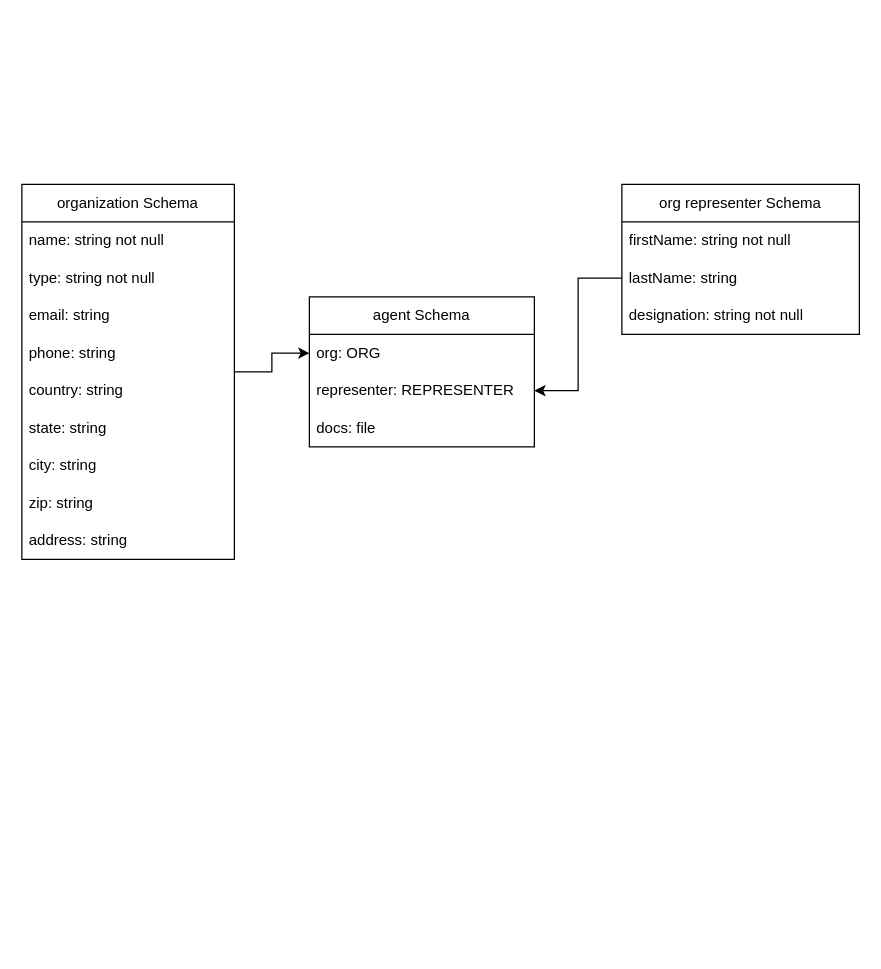
Above: userTB.drawio in nasim-helal-techwoozy/architect (draw.io), before the change. Source tidied: cells renumbered, new cells numbered last; positions are measured from the earlier drawing's top-left corner, leaving out a move shared by most shapes. Both pictures are drawn from the tidied source at 125%, with x=0, y=0 at pixel (21, 184).
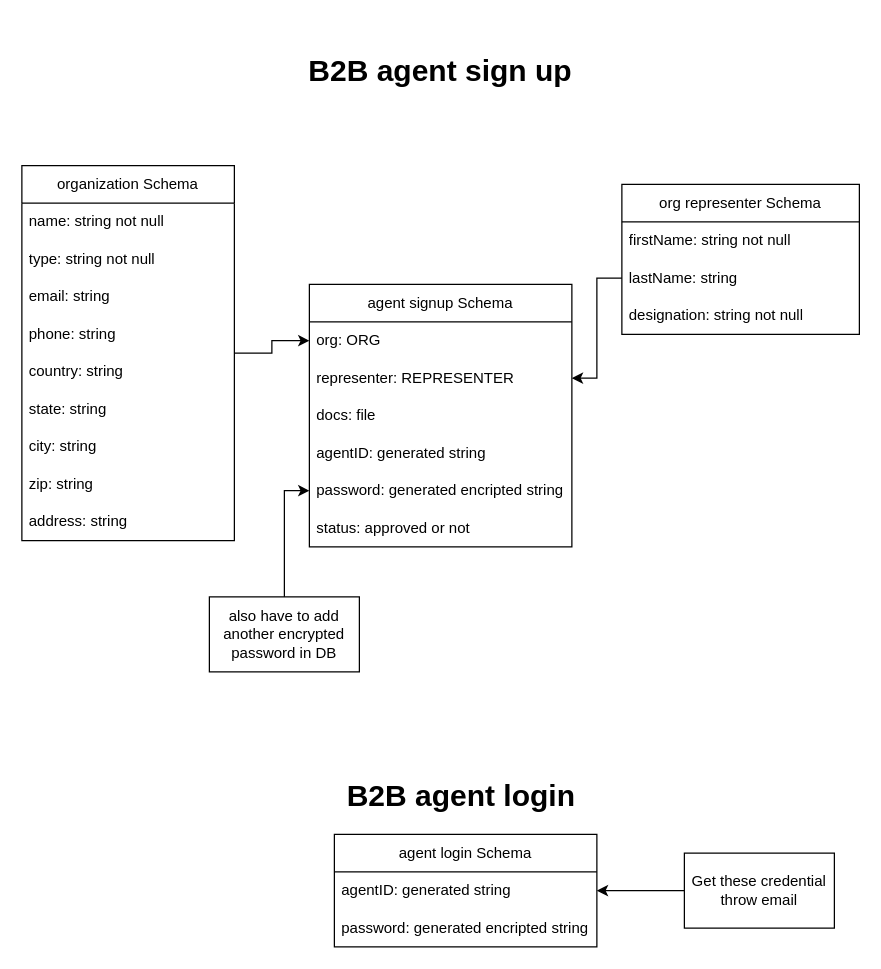
After the change.

Commit message:
complete agent sign up and login schema design

What changed in the source:
```diff
@@
-    <mxCell id="2" value="agent Schema" style="swimlane;fontStyle=0;horizontal=1;startSize=30;whiteSpace=wrap;html=1;" parent="1" vertex="1">
-      <mxGeometry x="230" y="90" width="180" height="120" as="geometry" />
+    <mxCell id="2" value="agent signup Schema" style="swimlane;fontStyle=0;horizontal=1;startSize=30;whiteSpace=wrap;html=1;" parent="1" vertex="1">
+      <mxGeometry x="230" y="80" width="210" height="210" as="geometry" />
     </mxCell>
     <mxCell id="3" value="org: ORG" style="text;strokeColor=none;fillColor=none;align=left;verticalAlign=middle;spacingLeft=4;spacingRight=4;overflow=hidden;points=[[0,0.5],[1,0.5]];portConstraint=eastwest;whiteSpace=wrap;html=1;" parent="2" vertex="1">
-      <mxGeometry y="30" width="180" height="30" as="geometry" />
+      <mxGeometry y="30" width="210" height="30" as="geometry" />
     </mxCell>
     <mxCell id="4" value="representer: REPRESENTER" style="text;strokeColor=none;fillColor=none;align=left;verticalAlign=middle;spacingLeft=4;spacingRight=4;overflow=hidden;points=[[0,0.5],[1,0.5]];portConstraint=eastwest;whiteSpace=wrap;html=1;" parent="2" vertex="1">
-      <mxGeometry y="60" width="180" height="30" as="geometry" />
+      <mxGeometry y="60" width="210" height="30" as="geometry" />
     </mxCell>
     <mxCell id="5" value="docs: file" style="text;strokeColor=none;fillColor=none;align=left;verticalAlign=middle;spacingLeft=4;spacingRight=4;overflow=hidden;whiteSpace=wrap;html=1;" parent="2" vertex="1">
-      <mxGeometry y="90" width="180" height="30" as="geometry" />
+      <mxGeometry y="90" width="210" height="30" as="geometry" />
     </mxCell>
+    <mxCell id="22" value="agentID: generated string" style="text;strokeColor=none;fillColor=none;align=left;verticalAlign=middle;spacingLeft=4;spacingRight=4;overflow=hidden;whiteSpace=wrap;html=1;" parent="2" vertex="1">
+      <mxGeometry y="120" width="210" height="30" as="geometry" />
+    </mxCell>
+    <mxCell id="23" value="password: generated encripted string" style="text;strokeColor=none;fillColor=none;align=left;verticalAlign=middle;spacingLeft=4;spacingRight=4;overflow=hidden;points=[[0,0.5],[1,0.5]];portConstraint=eastwest;whiteSpace=wrap;html=1;" parent="2" vertex="1">
+      <mxGeometry y="150" width="210" height="30" as="geometry" />
+    </mxCell>
+    <mxCell id="24" value="status: approved or not" style="text;strokeColor=none;fillColor=none;align=left;verticalAlign=middle;spacingLeft=4;spacingRight=4;overflow=hidden;whiteSpace=wrap;html=1;" parent="2" vertex="1">
+      <mxGeometry y="180" width="210" height="30" as="geometry" />
+    </mxCell>
@@
     <mxCell id="7" value="organization Schema" style="swimlane;fontStyle=0;horizontal=1;startSize=30;whiteSpace=wrap;html=1;" parent="1" vertex="1">
-      <mxGeometry width="170" height="300" as="geometry" />
+      <mxGeometry y="-15" width="170" height="300" as="geometry" />
     </mxCell>
@@
+    <mxCell id="25" style="edgeStyle=orthogonalEdgeStyle;rounded=0;jettySize=auto;html=1;entryX=0;entryY=0.5;entryDx=0;entryDy=0;" parent="1" edge="1" source="26" target="23">
+      <mxGeometry relative="1" as="geometry" />
+    </mxCell>
+    <mxCell id="26" value="also have to add another encrypted password in DB" style="rounded=0;whiteSpace=wrap;html=1;" parent="1" vertex="1">
+      <mxGeometry x="150" y="330" width="120" height="60" as="geometry" />
+    </mxCell>
+    <mxCell id="27" value="&lt;font style=&quot;font-size: 24px;&quot;&gt;&lt;b&gt;B2B agent sign up&lt;/b&gt;&lt;/font&gt;" style="text;html=1;align=center;verticalAlign=middle;whiteSpace=wrap;rounded=0;" parent="1" vertex="1">
+      <mxGeometry x="210" y="-130" width="250" height="80" as="geometry" />
+    </mxCell>
+    <mxCell id="28" value="&lt;font style=&quot;font-size: 24px;&quot;&gt;&lt;b&gt;B2B agent login&amp;nbsp;&lt;/b&gt;&lt;/font&gt;" style="text;html=1;align=center;verticalAlign=middle;whiteSpace=wrap;rounded=0;" parent="1" vertex="1">
+      <mxGeometry x="230" y="450" width="250" height="80" as="geometry" />
+    </mxCell>
+    <mxCell id="29" value="agent login Schema" style="swimlane;fontStyle=0;horizontal=1;startSize=30;whiteSpace=wrap;html=1;" parent="1" vertex="1">
+      <mxGeometry x="250" y="520" width="210" height="90" as="geometry" />
+    </mxCell>
+    <mxCell id="30" value="agentID: generated string" style="text;strokeColor=none;fillColor=none;align=left;verticalAlign=middle;spacingLeft=4;spacingRight=4;overflow=hidden;points=[[0,0.5],[1,0.5]];portConstraint=eastwest;whiteSpace=wrap;html=1;" parent="29" vertex="1">
+      <mxGeometry y="30" width="210" height="30" as="geometry" />
+    </mxCell>
+    <mxCell id="31" value="password: generated encripted string" style="text;strokeColor=none;fillColor=none;align=left;verticalAlign=middle;spacingLeft=4;spacingRight=4;overflow=hidden;whiteSpace=wrap;html=1;" parent="29" vertex="1">
+      <mxGeometry y="60" width="210" height="30" as="geometry" />
+    </mxCell>
+    <mxCell id="32" style="edgeStyle=orthogonalEdgeStyle;rounded=0;jettySize=auto;html=1;exitX=0;exitY=0.5;exitDx=0;exitDy=0;entryX=1;entryY=0.5;entryDx=0;entryDy=0;" parent="1" edge="1" source="33" target="30">
+      <mxGeometry relative="1" as="geometry" />
+    </mxCell>
+    <mxCell id="33" value="Get these credential throw email" style="rounded=0;whiteSpace=wrap;html=1;" parent="1" vertex="1">
+      <mxGeometry x="530" y="535" width="120" height="60" as="geometry" />
+    </mxCell>
```
